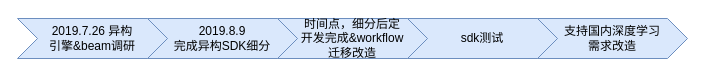
learn2Pro/draw_io_save keeps this draw.io diagram as homogeneous_engine.drawio. Above is the earlier version. Source tidied: cells renumbered, new cells numbered last; positions are measured from the earlier drawing's top-left corner, leaving out a move shared by most shapes. Both pictures are drawn from the tidied source at 100%, with x=0, y=0 at pixel (17, 18).
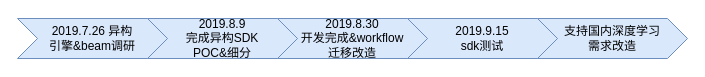
Above is the later version.

Change to the diagram source:
```diff
@@
 <mxGraphModel>
   <root>
     <mxCell id="0" />
     <mxCell id="1" parent="0" />
     <mxCell id="2" value="2019.7.26 异构&lt;br&gt;引擎&amp;amp;beam调研" style="shape=step;perimeter=stepPerimeter;whiteSpace=wrap;html=1;fixedSize=1;fillColor=#dae8fc;strokeColor=#6c8ebf;" parent="1" vertex="1">
       <mxGeometry width="150" height="40" as="geometry" />
     </mxCell>
-    <mxCell id="3" value="2019.8.9&lt;br&gt;完成异构SDK细分" style="shape=step;perimeter=stepPerimeter;whiteSpace=wrap;html=1;fixedSize=1;fillColor=#dae8fc;strokeColor=#6c8ebf;" parent="1" vertex="1">
+    <mxCell id="3" value="2019.8.9&lt;br&gt;完成异构SDK &lt;br&gt;POC&amp;amp;细分" style="shape=step;perimeter=stepPerimeter;whiteSpace=wrap;html=1;fixedSize=1;fillColor=#dae8fc;strokeColor=#6c8ebf;" parent="1" vertex="1">
       <mxGeometry x="130" width="150" height="40" as="geometry" />
     </mxCell>
-    <mxCell id="4" value="时间点，细分后定&lt;br&gt;开发完成&amp;amp;workflow&lt;br&gt;迁移改造" style="shape=step;perimeter=stepPerimeter;whiteSpace=wrap;html=1;fixedSize=1;fillColor=#dae8fc;strokeColor=#6c8ebf;" parent="1" vertex="1">
+    <mxCell id="4" value="2019.8.30&lt;br&gt;开发完成&amp;amp;workflow&lt;br&gt;迁移改造" style="shape=step;perimeter=stepPerimeter;whiteSpace=wrap;html=1;fixedSize=1;fillColor=#dae8fc;strokeColor=#6c8ebf;" parent="1" vertex="1">
       <mxGeometry x="260" width="150" height="40" as="geometry" />
     </mxCell>
-    <mxCell id="5" value="sdk测试" style="shape=step;perimeter=stepPerimeter;whiteSpace=wrap;html=1;fixedSize=1;fillColor=#dae8fc;strokeColor=#6c8ebf;" parent="1" vertex="1">
+    <mxCell id="5" value="2019.9.15&lt;br&gt;sdk测试" style="shape=step;perimeter=stepPerimeter;whiteSpace=wrap;html=1;fixedSize=1;fillColor=#dae8fc;strokeColor=#6c8ebf;" parent="1" vertex="1">
       <mxGeometry x="390" width="150" height="40" as="geometry" />
     </mxCell>
     <mxCell id="6" value="支持国内深度学习&lt;br&gt;需求改造" style="shape=step;perimeter=stepPerimeter;whiteSpace=wrap;html=1;fixedSize=1;fillColor=#dae8fc;strokeColor=#6c8ebf;" parent="1" vertex="1">
       <mxGeometry x="520" width="150" height="40" as="geometry" />
     </mxCell>
   </root>
 </mxGraphModel>
```
